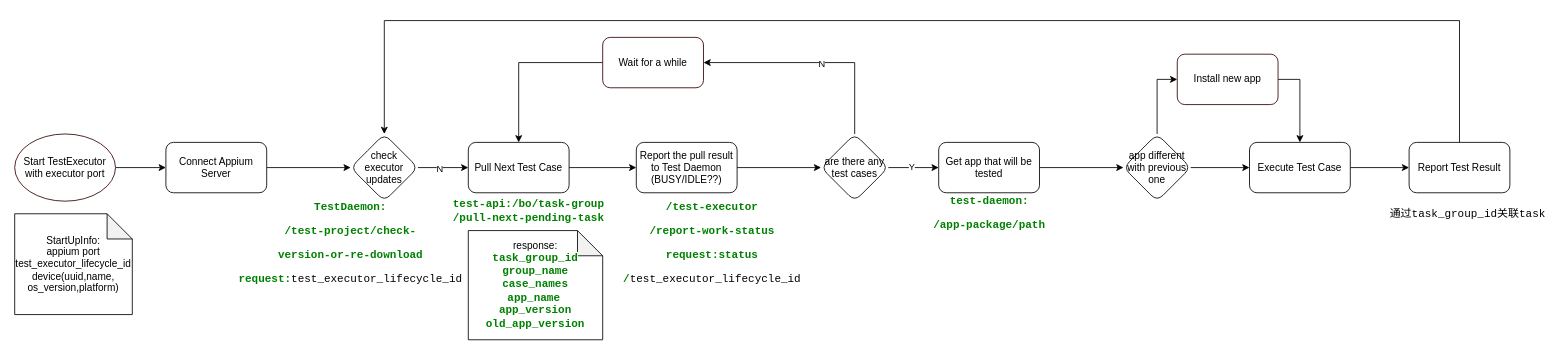
The draw.io diagram page "Test Executor" (6 of 6) of App Automation 2.0.drawio in michellec2021/appium-demo, before the edit. Source tidied: cells renumbered, new cells numbered last; positions are measured from the earlier drawing's top-left corner, leaving out a move shared by most shapes. Both pictures are drawn from the tidied source at 84%, with x=0, y=0 at pixel (14, 20).
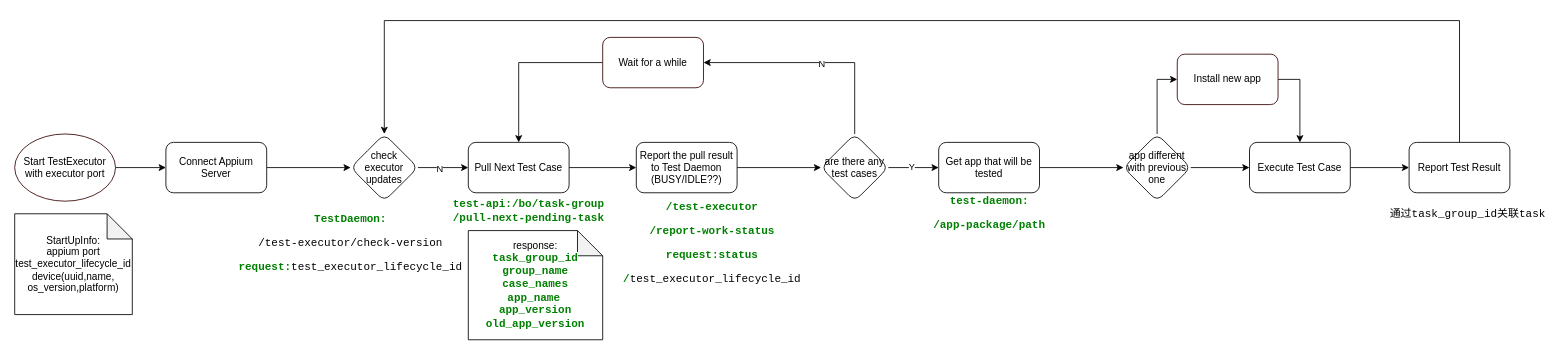
Above is the later version.

Change to the diagram source:
```diff
@@
-    <mxCell id="11" value="&lt;pre style=&quot;background-color: rgb(255, 255, 255); font-family: &amp;quot;JetBrains Mono&amp;quot;, monospace; font-size: 9.8pt;&quot;&gt;&lt;span style=&quot;color:#008000;font-weight:bold;&quot;&gt;TestDaemon:&lt;/span&gt;&lt;/pre&gt;&lt;pre style=&quot;background-color: rgb(255, 255, 255); font-family: &amp;quot;JetBrains Mono&amp;quot;, monospace; font-size: 9.8pt;&quot;&gt;&lt;span style=&quot;color:#008000;font-weight:bold;&quot;&gt;/test-project/check-&lt;/span&gt;&lt;/pre&gt;&lt;pre style=&quot;background-color: rgb(255, 255, 255); font-family: &amp;quot;JetBrains Mono&amp;quot;, monospace; font-size: 9.8pt;&quot;&gt;&lt;span style=&quot;color:#008000;font-weight:bold;&quot;&gt;version-or-re-download&lt;/span&gt;&lt;/pre&gt;&lt;pre style=&quot;background-color: rgb(255, 255, 255); font-family: &amp;quot;JetBrains Mono&amp;quot;, monospace; font-size: 9.8pt;&quot;&gt;&lt;span style=&quot;color:#008000;font-weight:bold;&quot;&gt;request:&lt;/span&gt;test_executor_lifecycle_id&lt;/pre&gt;" style="text;html=1;strokeColor=none;fillColor=none;align=center;verticalAlign=middle;whiteSpace=wrap;rounded=0;" parent="1" vertex="1">
+    <mxCell id="11" value="&lt;pre style=&quot;background-color: rgb(255, 255, 255); font-family: &amp;quot;JetBrains Mono&amp;quot;, monospace; font-size: 9.8pt;&quot;&gt;&lt;span style=&quot;color:#008000;font-weight:bold;&quot;&gt;TestDaemon:&lt;/span&gt;&lt;/pre&gt;&lt;pre style=&quot;background-color: rgb(255, 255, 255); font-family: &amp;quot;JetBrains Mono&amp;quot;, monospace; font-size: 9.8pt;&quot;&gt;&lt;pre style=&quot;font-family: &amp;quot;JetBrains Mono&amp;quot;, monospace; font-size: 9.8pt;&quot;&gt;/test-executor/check-version&lt;/pre&gt;&lt;/pre&gt;&lt;pre style=&quot;background-color: rgb(255, 255, 255); font-family: &amp;quot;JetBrains Mono&amp;quot;, monospace; font-size: 9.8pt;&quot;&gt;&lt;span style=&quot;color:#008000;font-weight:bold;&quot;&gt;request:&lt;/span&gt;test_executor_lifecycle_id&lt;/pre&gt;" style="text;html=1;strokeColor=none;fillColor=none;align=center;verticalAlign=middle;whiteSpace=wrap;rounded=0;" parent="1" vertex="1">
       <mxGeometry x="370" y="250" width="60" height="30" as="geometry" />
     </mxCell>
```
